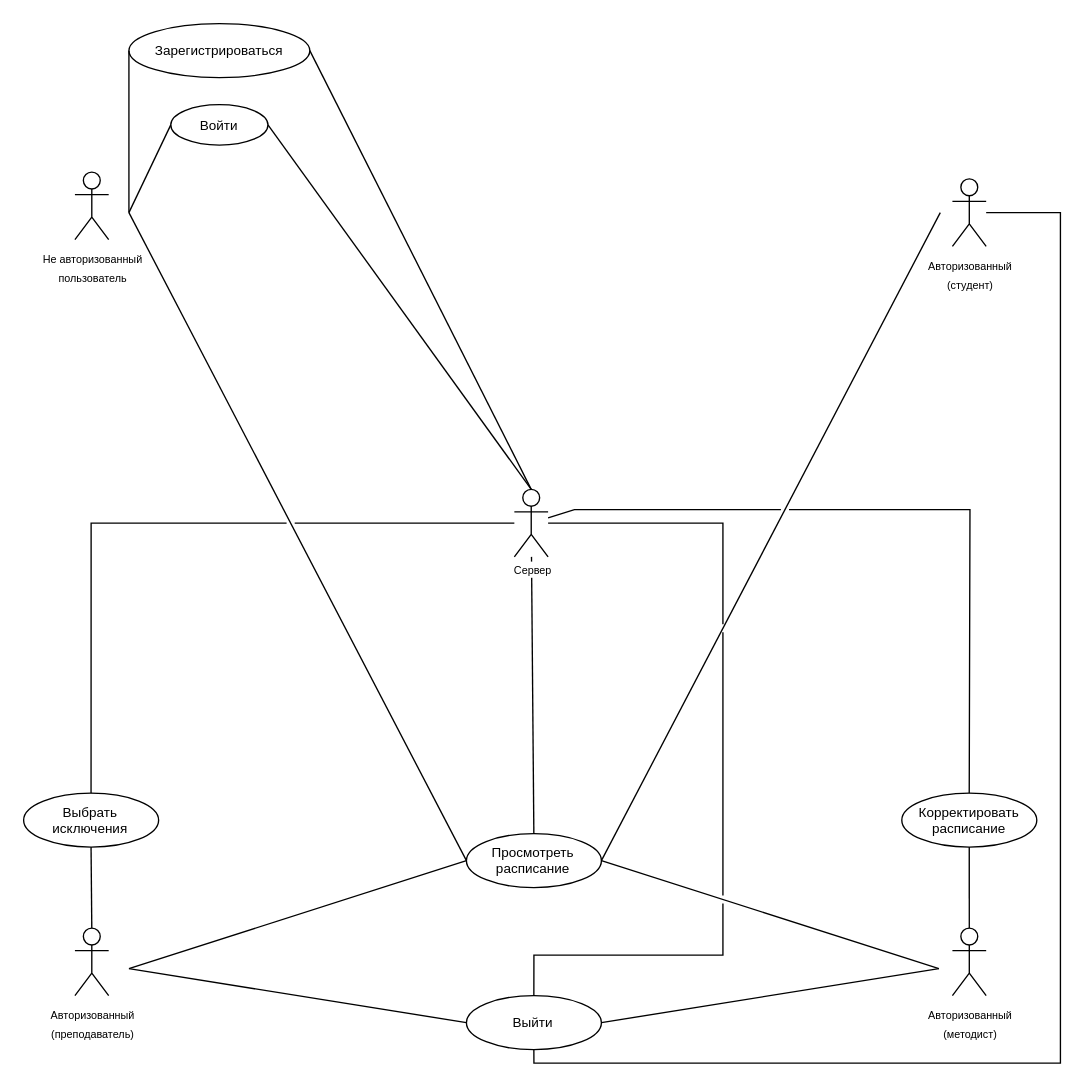
Above: files/use_case/use_case.drawio in zefixed/raspyxxx (draw.io), before the change. Source tidied: cells renumbered, new cells numbered last; positions are measured from the earlier drawing's top-left corner, leaving out a move shared by most shapes. Both pictures are drawn from the tidied source at 135%, with x=0, y=0 at pixel (23, 23).
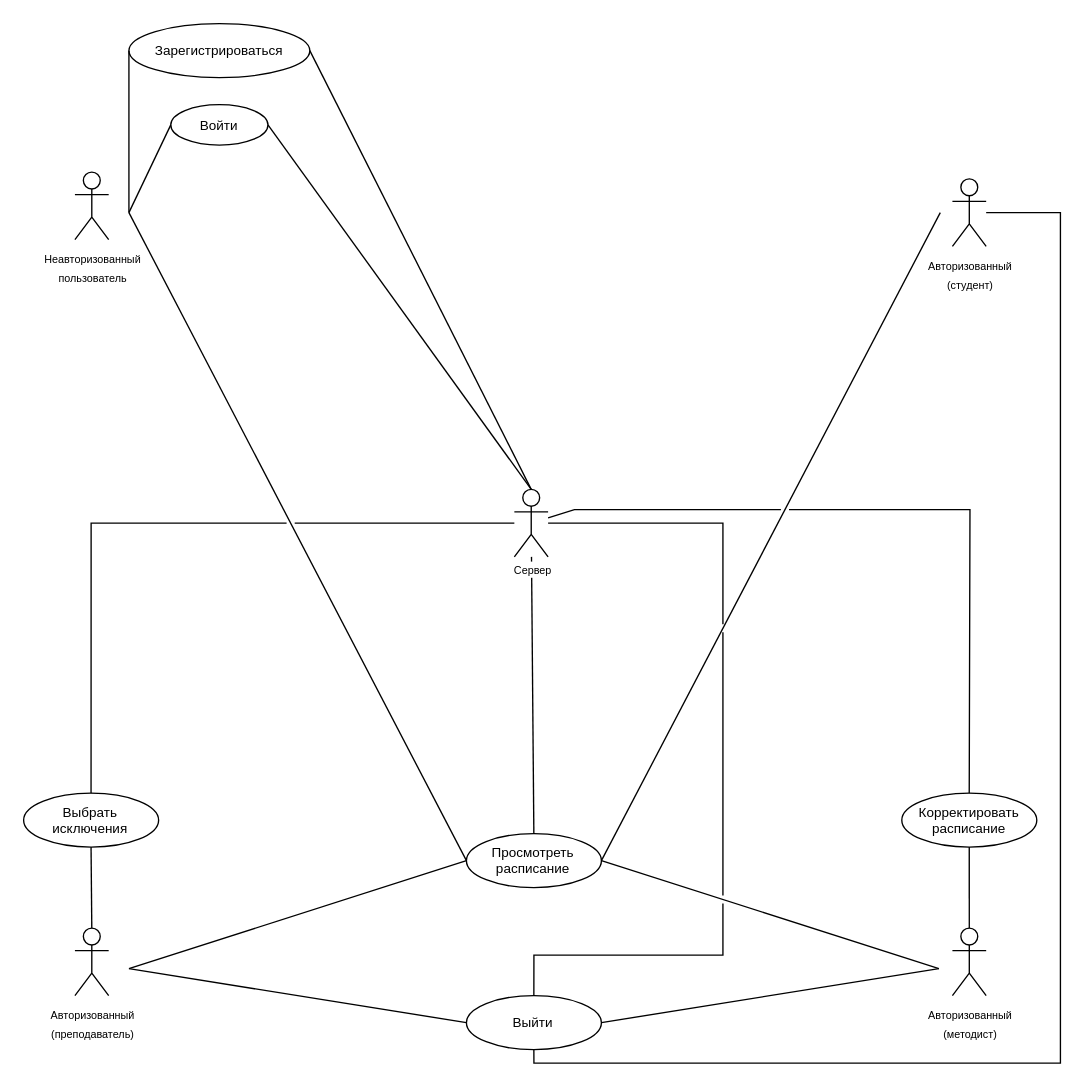
After the change.

Commit message (it also covers changes not shown here):
another fix in the usecase

Change to the diagram source:
```diff
@@
-    <mxCell id="2" value="&lt;font style=&quot;font-size: 8px;&quot;&gt;Не авторизованный&lt;br&gt;пользователь&lt;/font&gt;" style="shape=umlActor;verticalLabelPosition=bottom;verticalAlign=top;html=1;fillColor=none;" parent="1" vertex="1">
+    <mxCell id="2" value="&lt;font style=&quot;font-size: 8px;&quot;&gt;Неавторизованный&lt;br&gt;пользователь&lt;/font&gt;" style="shape=umlActor;verticalLabelPosition=bottom;verticalAlign=top;html=1;fillColor=none;" parent="1" vertex="1">
       <mxGeometry x="38" y="110" width="25" height="50" as="geometry" />
     </mxCell>
```
